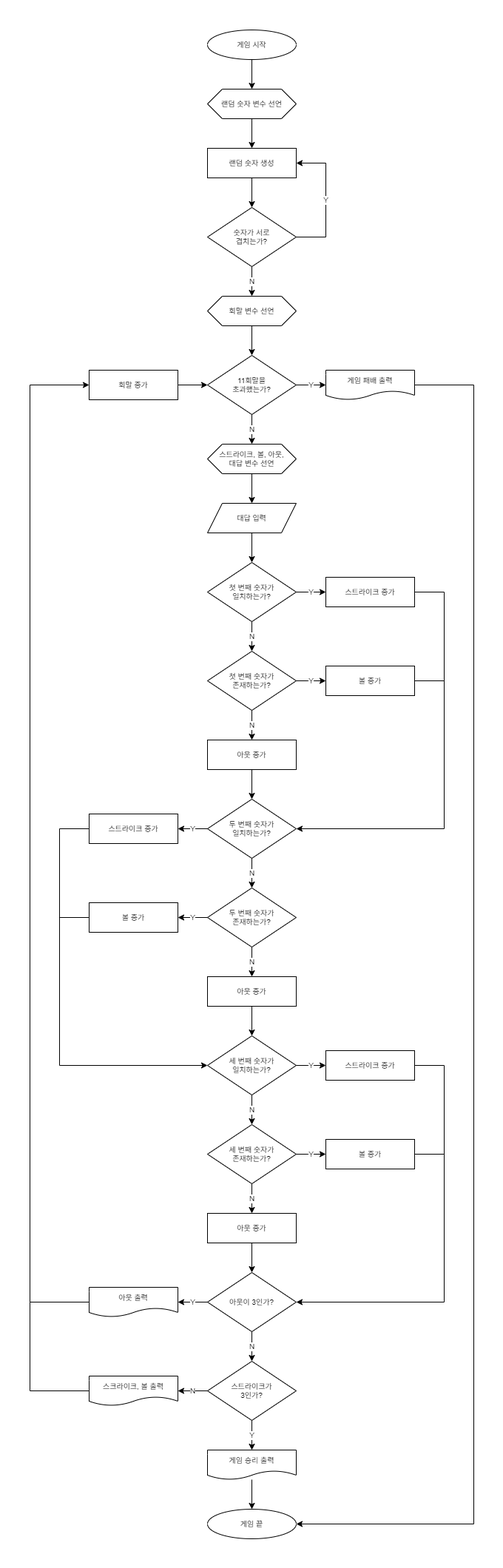
The draw.io diagram 강의/008일차/발표자료/BullsAndCows.drawio.png in WarmthGiver/KGA, before a commit. Source tidied: cells renumbered, new cells last; positions are measured from the earlier drawing's top-left corner, leaving out a move shared by most shapes.
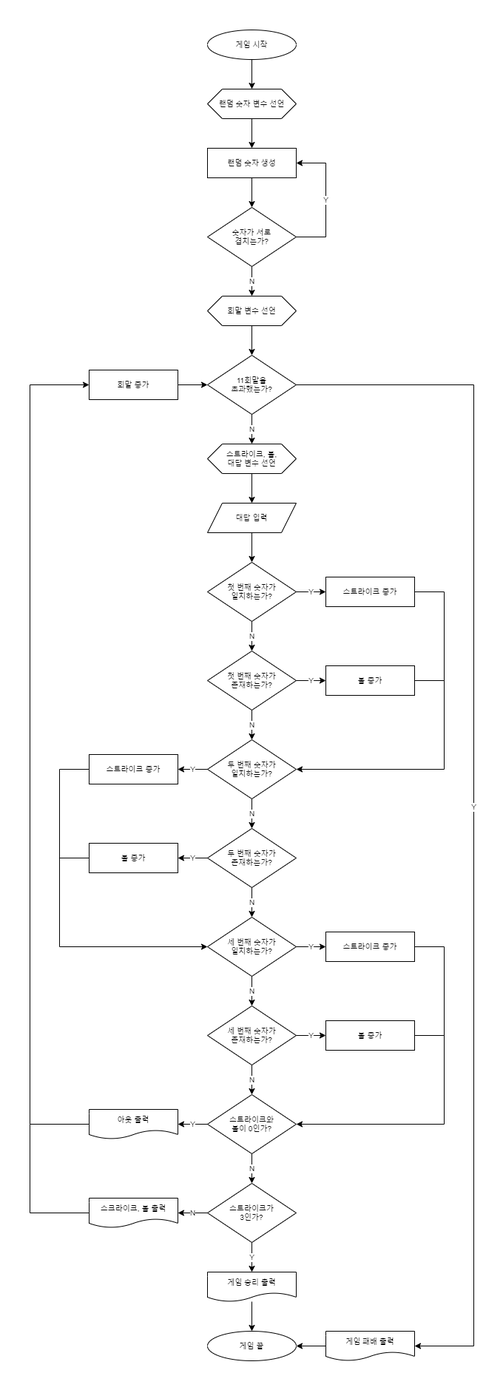
After the change.

Diff of the diagram source:
```diff
@@ -26,8 +26,13 @@
     <mxCell id="9" value="11회말을&lt;div style=&quot;font-size: 10px;&quot;&gt;초과했는가?&lt;/div&gt;" style="rhombus;whiteSpace=wrap;html=1;fontSize=10;" parent="1" vertex="1">
       <mxGeometry x="240" y="440" width="120" height="80" as="geometry" />
     </mxCell>
-    <mxCell id="10" style="endArrow=classic;html=1;rounded=0;exitX=1;exitY=0.5;exitDx=0;exitDy=0;fontSize=10;entryX=0;entryY=0.5;entryDx=0;entryDy=0;" parent="1" edge="1" source="9" target="91">
-      <mxGeometry relative="1" as="geometry" />
+    <mxCell id="10" style="endArrow=classic;html=1;rounded=0;exitX=1;exitY=0.5;exitDx=0;exitDy=0;fontSize=10;entryX=1;entryY=0.5;entryDx=0;entryDy=0;" parent="1" edge="1" source="9" target="91">
+      <mxGeometry relative="1" as="geometry">
+        <Array as="points">
+          <mxPoint x="600" y="480" />
+          <mxPoint x="600" y="1780" />
+        </Array>
+      </mxGeometry>
     </mxCell>
     <mxCell id="11" value="Y" style="edgeLabel;html=1;align=center;verticalAlign=middle;fontSize=10;" parent="10" vertex="1">
       <mxGeometry relative="1" as="geometry" />
@@ -86,16 +91,16 @@
       <mxGeometry relative="1" as="geometry" />
     </mxCell>
     <mxCell id="28" value="&lt;font style=&quot;font-size: 10px;&quot;&gt;&lt;font style=&quot;font-size: 10px;&quot;&gt;두 번째&amp;nbsp;&lt;/font&gt;&lt;span style=&quot;background-color: initial; font-size: 10px;&quot;&gt;숫자가&lt;/span&gt;&lt;/font&gt;&lt;div style=&quot;font-size: 10px;&quot;&gt;&lt;font style=&quot;font-size: 10px;&quot;&gt;일치하는가?&lt;/font&gt;&lt;/div&gt;" style="rhombus;whiteSpace=wrap;html=1;fontSize=10;" parent="1" vertex="1">
-      <mxGeometry x="240" y="1040" width="120" height="80" as="geometry" />
+      <mxGeometry x="240" y="960" width="120" height="80" as="geometry" />
     </mxCell>
-    <mxCell id="29" style="endArrow=classic;html=1;rounded=0;exitX=0.5;exitY=1;exitDx=0;exitDy=0;entryX=0.5;entryY=0;entryDx=0;entryDy=0;fontSize=10;" parent="1" edge="1" source="17" target="40">
+    <mxCell id="29" style="endArrow=classic;html=1;rounded=0;exitX=0.5;exitY=1;exitDx=0;exitDy=0;entryX=0.5;entryY=0;entryDx=0;entryDy=0;fontSize=10;" parent="1" edge="1" source="17" target="28">
       <mxGeometry relative="1" as="geometry" />
     </mxCell>
     <mxCell id="30" value="N" style="edgeLabel;html=1;align=center;verticalAlign=middle;fontSize=10;" parent="29" vertex="1">
       <mxGeometry relative="1" as="geometry" />
     </mxCell>
     <mxCell id="31" value="&lt;font style=&quot;font-size: 10px;&quot;&gt;두 번째&amp;nbsp;&lt;/font&gt;&lt;span style=&quot;font-size: 10px; background-color: initial;&quot;&gt;숫자가&lt;/span&gt;&lt;div style=&quot;font-size: 10px;&quot;&gt;&lt;font style=&quot;font-size: 10px;&quot;&gt;존재하는가?&lt;/font&gt;&lt;/div&gt;" style="rhombus;whiteSpace=wrap;html=1;fontSize=10;" parent="1" vertex="1">
-      <mxGeometry x="240" y="1160" width="120" height="80" as="geometry" />
+      <mxGeometry x="240" y="1080" width="120" height="80" as="geometry" />
     </mxCell>
     <mxCell id="32" style="endArrow=classic;html=1;rounded=0;exitX=0.5;exitY=1;exitDx=0;exitDy=0;entryX=0.5;entryY=0;entryDx=0;entryDy=0;fontSize=10;" parent="1" edge="1" source="28" target="31">
       <mxGeometry relative="1" as="geometry" />
@@ -104,7 +109,7 @@
       <mxGeometry relative="1" as="geometry" />
     </mxCell>
     <mxCell id="34" value="&lt;font style=&quot;font-size: 10px;&quot;&gt;스트라이크 증가&lt;/font&gt;" style="rounded=0;whiteSpace=wrap;html=1;fontSize=10;" parent="1" vertex="1">
-      <mxGeometry x="80" y="1060" width="120" height="40" as="geometry" />
+      <mxGeometry x="80" y="980" width="120" height="40" as="geometry" />
     </mxCell>
     <mxCell id="35" style="endArrow=classic;html=1;rounded=0;exitX=0;exitY=0.5;exitDx=0;exitDy=0;fontSize=10;entryX=1;entryY=0.5;entryDx=0;entryDy=0;" parent="1" edge="1" source="28" target="34">
       <mxGeometry relative="1" as="geometry" />
@@ -113,7 +118,7 @@
       <mxGeometry relative="1" as="geometry" />
     </mxCell>
     <mxCell id="37" value="볼 증가" style="whiteSpace=wrap;html=1;fontSize=10;" parent="1" vertex="1">
-      <mxGeometry x="80" y="1180" width="120" height="40" as="geometry" />
+      <mxGeometry x="80" y="1100" width="120" height="40" as="geometry" />
     </mxCell>
     <mxCell id="38" style="endArrow=classic;html=1;rounded=0;exitX=0;exitY=0.5;exitDx=0;exitDy=0;entryX=1;entryY=0.5;entryDx=0;entryDy=0;fontSize=10;" parent="1" edge="1" source="31" target="37">
       <mxGeometry relative="1" as="geometry" />
@@ -121,24 +126,15 @@
     <mxCell id="39" value="Y" style="edgeLabel;html=1;align=center;verticalAlign=middle;fontSize=10;" parent="38" vertex="1">
       <mxGeometry relative="1" as="geometry" />
     </mxCell>
-    <mxCell id="40" value="아웃 증가" style="whiteSpace=wrap;html=1;fontSize=10;" parent="1" vertex="1">
-      <mxGeometry x="240" y="960" width="120" height="40" as="geometry" />
-    </mxCell>
-    <mxCell id="41" style="endArrow=classic;html=1;rounded=0;exitX=0.5;exitY=1;exitDx=0;exitDy=0;entryX=0.5;entryY=0;entryDx=0;entryDy=0;fontSize=10;" parent="1" edge="1" source="40" target="28">
-      <mxGeometry relative="1" as="geometry" />
-    </mxCell>
     <mxCell id="42" style="endArrow=classic;html=1;rounded=0;exitX=1;exitY=0.5;exitDx=0;exitDy=0;entryX=1;entryY=0.5;entryDx=0;entryDy=0;fontSize=10;" parent="1" edge="1" source="20" target="28">
       <mxGeometry relative="1" as="geometry">
         <Array as="points">
           <mxPoint x="560" y="760" />
-          <mxPoint x="560" y="1080" />
+          <mxPoint x="560" y="1000" />
         </Array>
       </mxGeometry>
     </mxCell>
-    <mxCell id="43" value="아웃 증가" style="whiteSpace=wrap;html=1;fontSize=10;" parent="1" vertex="1">
-      <mxGeometry x="240" y="1280" width="120" height="40" as="geometry" />
-    </mxCell>
-    <mxCell id="44" style="endArrow=classic;html=1;rounded=0;exitX=0.5;exitY=1;exitDx=0;exitDy=0;entryX=0.5;entryY=0;entryDx=0;entryDy=0;fontSize=10;" parent="1" edge="1" source="31" target="43">
+    <mxCell id="44" style="endArrow=classic;html=1;rounded=0;exitX=0.5;exitY=1;exitDx=0;exitDy=0;entryX=0.5;entryY=0;entryDx=0;entryDy=0;fontSize=10;" parent="1" edge="1" source="31" target="47">
       <mxGeometry relative="1" as="geometry" />
     </mxCell>
     <mxCell id="45" value="N" style="edgeLabel;html=1;align=center;verticalAlign=middle;fontSize=10;" parent="44" vertex="1">
@@ -147,16 +143,16 @@
     <mxCell id="46" style="endArrow=classic;html=1;rounded=0;exitX=0;exitY=0.5;exitDx=0;exitDy=0;entryX=0;entryY=0.5;entryDx=0;entryDy=0;fontSize=10;" parent="1" edge="1" source="34" target="47">
       <mxGeometry relative="1" as="geometry">
         <Array as="points">
-          <mxPoint x="40" y="1080" />
-          <mxPoint x="40" y="1400" />
+          <mxPoint x="40" y="1000" />
+          <mxPoint x="40" y="1240" />
         </Array>
       </mxGeometry>
     </mxCell>
     <mxCell id="47" value="&lt;font style=&quot;font-size: 10px;&quot;&gt;&lt;font style=&quot;font-size: 10px;&quot;&gt;세 번째&amp;nbsp;&lt;/font&gt;&lt;span style=&quot;background-color: initial; font-size: 10px;&quot;&gt;숫자가&lt;/span&gt;&lt;/font&gt;&lt;div style=&quot;font-size: 10px;&quot;&gt;&lt;font style=&quot;font-size: 10px;&quot;&gt;일치하는가?&lt;/font&gt;&lt;/div&gt;" style="rhombus;whiteSpace=wrap;html=1;fontSize=10;" parent="1" vertex="1">
-      <mxGeometry x="240" y="1360" width="120" height="80" as="geometry" />
+      <mxGeometry x="240" y="1200" width="120" height="80" as="geometry" />
     </mxCell>
     <mxCell id="48" value="&lt;font style=&quot;font-size: 10px;&quot;&gt;세 번째&amp;nbsp;&lt;/font&gt;&lt;span style=&quot;font-size: 10px; background-color: initial;&quot;&gt;숫자가&lt;/span&gt;&lt;div style=&quot;font-size: 10px;&quot;&gt;&lt;font style=&quot;font-size: 10px;&quot;&gt;존재하는가?&lt;/font&gt;&lt;/div&gt;" style="rhombus;whiteSpace=wrap;html=1;fontSize=10;" parent="1" vertex="1">
-      <mxGeometry x="240" y="1480" width="120" height="80" as="geometry" />
+      <mxGeometry x="240" y="1320" width="120" height="80" as="geometry" />
     </mxCell>
     <mxCell id="49" style="endArrow=classic;html=1;rounded=0;exitX=0.5;exitY=1;exitDx=0;exitDy=0;entryX=0.5;entryY=0;entryDx=0;entryDy=0;fontSize=10;" parent="1" edge="1" source="47" target="48">
       <mxGeometry relative="1" as="geometry" />
@@ -165,7 +161,7 @@
       <mxGeometry relative="1" as="geometry" />
     </mxCell>
     <mxCell id="51" value="&lt;font style=&quot;font-size: 10px;&quot;&gt;스트라이크 증가&lt;/font&gt;" style="rounded=0;whiteSpace=wrap;html=1;fontSize=10;" parent="1" vertex="1">
-      <mxGeometry x="400" y="1380" width="120" height="40" as="geometry" />
+      <mxGeometry x="400" y="1220" width="120" height="40" as="geometry" />
     </mxCell>
     <mxCell id="52" style="endArrow=classic;html=1;rounded=0;exitX=1;exitY=0.5;exitDx=0;exitDy=0;entryX=0;entryY=0.5;entryDx=0;entryDy=0;fontSize=10;" parent="1" edge="1" source="47" target="51">
       <mxGeometry relative="1" as="geometry" />
@@ -174,7 +170,7 @@
       <mxGeometry relative="1" as="geometry" />
     </mxCell>
     <mxCell id="54" value="볼 증가" style="whiteSpace=wrap;html=1;fontSize=10;" parent="1" vertex="1">
-      <mxGeometry x="400" y="1500" width="120" height="40" as="geometry" />
+      <mxGeometry x="400" y="1340" width="120" height="40" as="geometry" />
     </mxCell>
     <mxCell id="55" style="endArrow=classic;html=1;rounded=0;exitX=1;exitY=0.5;exitDx=0;exitDy=0;entryX=0;entryY=0.5;entryDx=0;entryDy=0;fontSize=10;" parent="1" edge="1" source="48" target="54">
       <mxGeometry relative="1" as="geometry" />
@@ -182,39 +178,30 @@
     <mxCell id="56" value="Y" style="edgeLabel;html=1;align=center;verticalAlign=middle;fontSize=10;" parent="55" vertex="1">
       <mxGeometry relative="1" as="geometry" />
     </mxCell>
-    <mxCell id="57" value="아웃이 3&lt;span style=&quot;background-color: initial; font-size: 10px;&quot;&gt;인가?&lt;/span&gt;" style="rhombus;whiteSpace=wrap;html=1;fontSize=10;" parent="1" vertex="1">
-      <mxGeometry x="240" y="1680" width="120" height="80" as="geometry" />
+    <mxCell id="57" value="스트라이크와&lt;div&gt;볼이 0인가?&lt;/div&gt;" style="rhombus;whiteSpace=wrap;html=1;fontSize=10;" parent="1" vertex="1">
+      <mxGeometry x="240" y="1440" width="120" height="80" as="geometry" />
     </mxCell>
-    <mxCell id="58" style="endArrow=classic;html=1;rounded=0;exitX=0.5;exitY=1;exitDx=0;exitDy=0;entryX=0.5;entryY=0;entryDx=0;entryDy=0;fontSize=10;" parent="1" edge="1" source="48" target="60">
+    <mxCell id="58" style="endArrow=classic;html=1;rounded=0;exitX=0.5;exitY=1;exitDx=0;exitDy=0;fontSize=10;entryX=0.5;entryY=0;entryDx=0;entryDy=0;" parent="1" edge="1" source="48" target="57">
       <mxGeometry relative="1" as="geometry" />
     </mxCell>
     <mxCell id="59" value="N" style="edgeLabel;html=1;align=center;verticalAlign=middle;fontSize=10;" parent="58" vertex="1">
       <mxGeometry relative="1" as="geometry" />
     </mxCell>
-    <mxCell id="60" value="아웃 증가" style="whiteSpace=wrap;html=1;fontSize=10;" parent="1" vertex="1">
-      <mxGeometry x="240" y="1600" width="120" height="40" as="geometry" />
-    </mxCell>
-    <mxCell id="61" style="endArrow=classic;html=1;rounded=0;exitX=0.5;exitY=1;exitDx=0;exitDy=0;entryX=0.5;entryY=0;entryDx=0;entryDy=0;fontSize=10;" parent="1" edge="1" source="60" target="57">
-      <mxGeometry relative="1" as="geometry" />
-    </mxCell>
     <mxCell id="62" style="endArrow=classic;html=1;rounded=0;exitX=1;exitY=0.5;exitDx=0;exitDy=0;entryX=1;entryY=0.5;entryDx=0;entryDy=0;fontSize=10;" parent="1" edge="1" source="51" target="57">
       <mxGeometry relative="1" as="geometry">
         <Array as="points">
-          <mxPoint x="560" y="1400" />
-          <mxPoint x="560" y="1720" />
+          <mxPoint x="560" y="1240" />
+          <mxPoint x="560" y="1480" />
         </Array>
       </mxGeometry>
     </mxCell>
-    <mxCell id="63" style="endArrow=classic;html=1;rounded=0;exitX=0.5;exitY=1;exitDx=0;exitDy=0;entryX=0.5;entryY=0;entryDx=0;entryDy=0;fontSize=10;" parent="1" edge="1" source="43" target="47">
-      <mxGeometry relative="1" as="geometry" />
-    </mxCell>
     <mxCell id="64" value="&lt;font style=&quot;font-size: 10px;&quot;&gt;랜덤 숫자 변수 선언&lt;/font&gt;" style="shape=hexagon;perimeter=hexagonPerimeter2;whiteSpace=wrap;html=1;fixedSize=1;fontSize=10;" parent="1" vertex="1">
       <mxGeometry x="240" y="80" width="120" height="40" as="geometry" />
     </mxCell>
     <mxCell id="65" style="endArrow=classic;html=1;rounded=0;exitX=0.5;exitY=1;exitDx=0;exitDy=0;entryX=0.5;entryY=0;entryDx=0;entryDy=0;fontSize=10;" parent="1" edge="1" source="64" target="3">
       <mxGeometry relative="1" as="geometry" />
     </mxCell>
-    <mxCell id="66" value="스트라이크, 볼, 아웃,&lt;div style=&quot;font-size: 10px;&quot;&gt;대답 변수 선언&lt;/div&gt;" style="shape=hexagon;perimeter=hexagonPerimeter2;whiteSpace=wrap;html=1;fixedSize=1;fontSize=10;" parent="1" vertex="1">
+    <mxCell id="66" value="스트라이크, 볼,&lt;div style=&quot;font-size: 10px;&quot;&gt;대답 변수 선언&lt;/div&gt;" style="shape=hexagon;perimeter=hexagonPerimeter2;whiteSpace=wrap;html=1;fixedSize=1;fontSize=10;" parent="1" vertex="1">
       <mxGeometry x="240" y="560" width="120" height="40" as="geometry" />
     </mxCell>
     <mxCell id="67" style="endArrow=classic;html=1;rounded=0;exitX=0.5;exitY=1;exitDx=0;exitDy=0;entryX=0.5;entryY=0;entryDx=0;entryDy=0;fontSize=10;" parent="1" edge="1" source="66" target="14">
@@ -227,12 +214,12 @@
       <mxGeometry relative="1" as="geometry" />
     </mxCell>
     <mxCell id="70" value="아웃 출력" style="shape=document;whiteSpace=wrap;html=1;boundedLbl=1;fontSize=10;" parent="1" vertex="1">
-      <mxGeometry x="80" y="1700" width="120" height="40" as="geometry" />
+      <mxGeometry x="80" y="1460" width="120" height="40" as="geometry" />
     </mxCell>
     <mxCell id="71" style="endArrow=classic;html=1;rounded=0;exitX=0;exitY=0.5;exitDx=0;exitDy=0;entryX=0;entryY=0.5;entryDx=0;entryDy=0;fontSize=10;" parent="1" edge="1" source="70" target="72">
       <mxGeometry relative="1" as="geometry">
         <Array as="points">
-          <mxPoint y="1720" />
+          <mxPoint y="1480" />
           <mxPoint y="480" />
         </Array>
       </mxGeometry>
@@ -256,10 +243,10 @@
       <mxGeometry relative="1" as="geometry" />
     </mxCell>
     <mxCell id="78" value="스트라이크가&lt;div style=&quot;font-size: 10px;&quot;&gt;3인가?&lt;/div&gt;" style="rhombus;whiteSpace=wrap;html=1;fontSize=10;" parent="1" vertex="1">
-      <mxGeometry x="240" y="1800" width="120" height="80" as="geometry" />
+      <mxGeometry x="240" y="1560" width="120" height="80" as="geometry" />
     </mxCell>
     <mxCell id="79" value="스크라이크, 볼 출력" style="shape=document;whiteSpace=wrap;html=1;boundedLbl=1;fontSize=10;" parent="1" vertex="1">
-      <mxGeometry x="80" y="1820" width="120" height="40" as="geometry" />
+      <mxGeometry x="80" y="1580" width="120" height="40" as="geometry" />
     </mxCell>
     <mxCell id="80" style="endArrow=classic;html=1;rounded=0;exitX=0;exitY=0.5;exitDx=0;exitDy=0;entryX=1;entryY=0.5;entryDx=0;entryDy=0;fontSize=10;" parent="1" edge="1" source="78" target="79">
       <mxGeometry relative="1" as="geometry" />
@@ -269,20 +256,20 @@
     </mxCell>
     <mxCell id="82" style="endArrow=none;html=1;rounded=0;exitX=1;exitY=0.5;exitDx=0;exitDy=0;fontSize=10;" parent="1" edge="1" source="54">
       <mxGeometry relative="1" as="geometry">
-        <mxPoint x="560" y="1520" as="targetPoint" />
+        <mxPoint x="560" y="1360" as="targetPoint" />
       </mxGeometry>
     </mxCell>
     <mxCell id="83" style="endArrow=none;html=1;rounded=0;entryX=0;entryY=0.5;entryDx=0;entryDy=0;fontSize=10;" parent="1" edge="1" target="79">
       <mxGeometry relative="1" as="geometry">
-        <mxPoint y="1720" as="sourcePoint" />
+        <mxPoint y="1480" as="sourcePoint" />
         <Array as="points">
-          <mxPoint y="1840" />
+          <mxPoint y="1600" />
         </Array>
       </mxGeometry>
     </mxCell>
     <mxCell id="84" style="endArrow=none;html=1;rounded=0;exitX=0;exitY=0.5;exitDx=0;exitDy=0;fontSize=10;" parent="1" edge="1" source="37">
       <mxGeometry relative="1" as="geometry">
-        <mxPoint x="40" y="1200" as="targetPoint" />
+        <mxPoint x="40" y="1120" as="targetPoint" />
       </mxGeometry>
     </mxCell>
     <mxCell id="85" style="endArrow=none;html=1;rounded=0;exitX=1;exitY=0.5;exitDx=0;exitDy=0;fontSize=10;" parent="1" edge="1" source="25">
@@ -297,24 +284,19 @@
       <mxGeometry relative="1" as="geometry" />
     </mxCell>
     <mxCell id="88" value="게임 끝" style="ellipse;whiteSpace=wrap;html=1;fontSize=10;" parent="1" vertex="1">
-      <mxGeometry x="240" y="2000" width="120" height="40" as="geometry" />
+      <mxGeometry x="240" y="1760" width="120" height="40" as="geometry" />
     </mxCell>
     <mxCell id="89" value="게임 승리 출력" style="shape=document;whiteSpace=wrap;html=1;boundedLbl=1;fontSize=10;" parent="1" vertex="1">
-      <mxGeometry x="240" y="1920" width="120" height="40" as="geometry" />
+      <mxGeometry x="240" y="1680" width="120" height="40" as="geometry" />
     </mxCell>
     <mxCell id="90" style="endArrow=classic;html=1;rounded=0;entryX=0.5;entryY=0;entryDx=0;entryDy=0;fontSize=10;" parent="1" edge="1" source="89" target="88">
       <mxGeometry relative="1" as="geometry" />
     </mxCell>
     <mxCell id="91" value="게임 패배 출력" style="shape=document;whiteSpace=wrap;html=1;boundedLbl=1;fontSize=10;" parent="1" vertex="1">
-      <mxGeometry x="400" y="460" width="120" height="40" as="geometry" />
+      <mxGeometry x="400" y="1760" width="120" height="40" as="geometry" />
     </mxCell>
-    <mxCell id="92" style="endArrow=classic;html=1;rounded=0;exitX=1;exitY=0.5;exitDx=0;exitDy=0;entryX=1;entryY=0.5;entryDx=0;entryDy=0;fontSize=10;" parent="1" edge="1" source="91" target="88">
-      <mxGeometry relative="1" as="geometry">
-        <Array as="points">
-          <mxPoint x="600" y="480" />
-          <mxPoint x="600" y="2020" />
-        </Array>
-      </mxGeometry>
+    <mxCell id="92" style="endArrow=classic;html=1;rounded=0;entryX=1;entryY=0.5;entryDx=0;entryDy=0;fontSize=10;exitX=0;exitY=0.5;exitDx=0;exitDy=0;" parent="1" edge="1" source="91" target="88">
+      <mxGeometry relative="1" as="geometry" />
     </mxCell>
   </root>
 </mxGraphModel>
```
